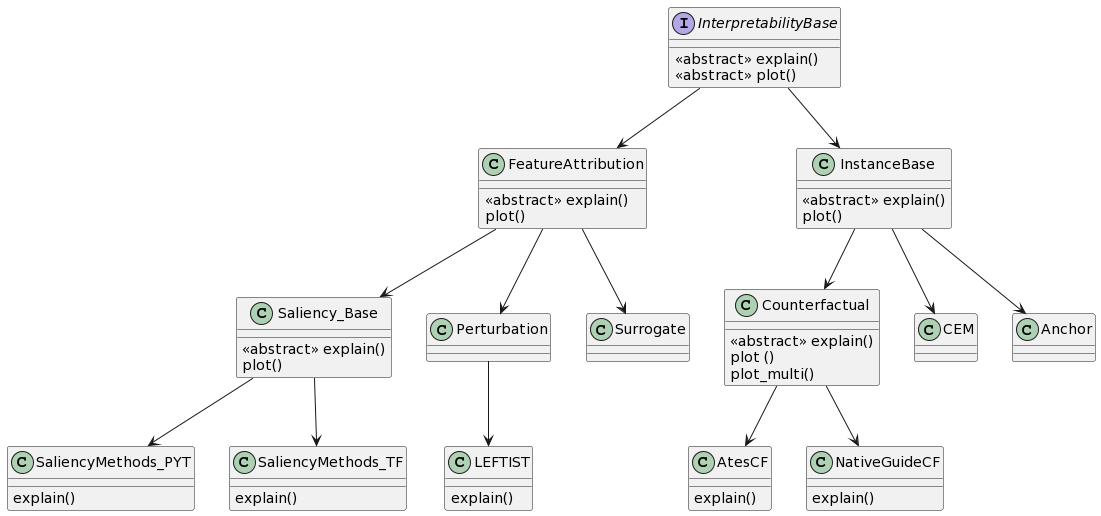
The PlantUML diagram docs/img/Architecture_grob.png in fzi-forschungszentrum-informatik/TSInterpret, before a commit. The source it was exported from:
```plantuml
@startuml
interface InterpretabilityBase {
    <<abstract>> explain()
    <<abstract>> plot()
}
class FeatureAttribution {
<<abstract>> explain()
plot()
}
class Saliency_Base {
<<abstract>> explain()
plot()

}
class SaliencyMethods_PYT {
explain()


}
class SaliencyMethods_TF {
explain()

}
class Perturbation {

}
class Surrogate {

}
class LEFTIST{
explain()
}
class InstanceBase {
<<abstract>> explain()
plot()
}

class Counterfactual {
<<abstract>> explain()
plot ()
plot_multi()
}
class AtesCF{
explain()
}

class NativeGuideCF{
explain()
}

class CEM {

}
class Anchor {
}

InterpretabilityBase --> FeatureAttribution
InterpretabilityBase --> InstanceBase
FeatureAttribution --> Saliency_Base
Saliency_Base --> SaliencyMethods_PYT
Saliency_Base --> SaliencyMethods_TF
FeatureAttribution --> Perturbation
FeatureAttribution --> Surrogate
InstanceBase --> Counterfactual
InstanceBase -->  CEM
InstanceBase --> Anchor
Perturbation --> LEFTIST
Counterfactual --> AtesCF
Counterfactual --> NativeGuideCF
@enduml
```
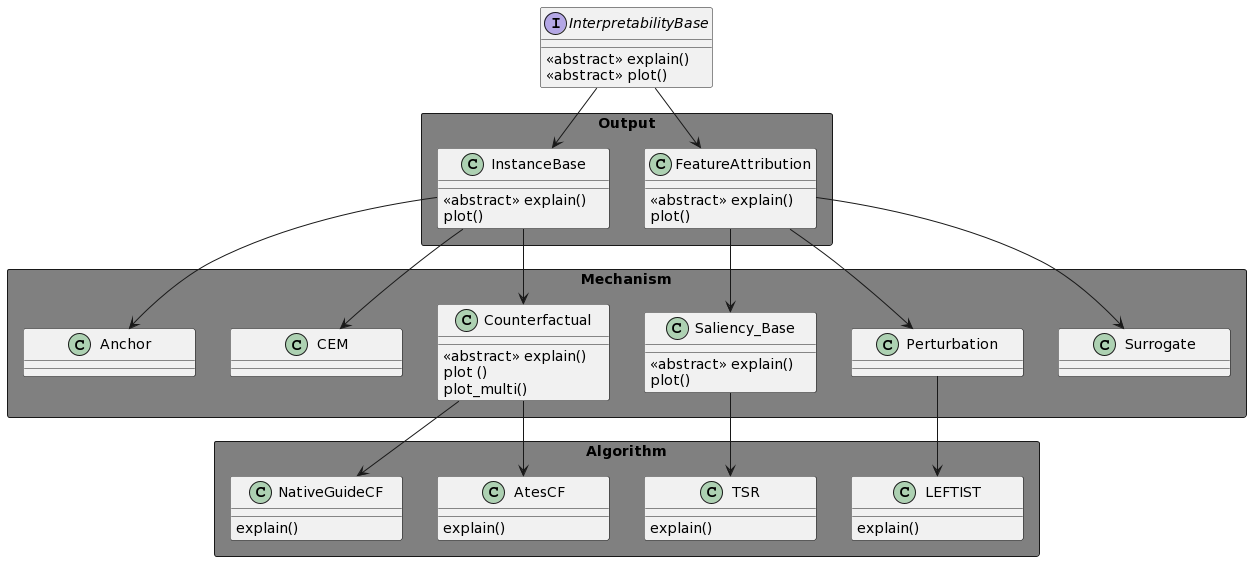
The same file after the commit.

Diff of the diagram source:
```diff
@@ -1,70 +1,90 @@
 @startuml
+skinparam pageMargin 10
+skinparam pageExternalColor gray
+skinparam pageBorderColor black
+skinparam SameClassWidth true
+skinparam SamePackageWidth true
+skinparam package {
+    backgroundColor Gray
+}
+
 interface InterpretabilityBase {
     <<abstract>> explain()
     <<abstract>> plot()
 }
-class FeatureAttribution {
+
+class Output.FeatureAttribution {
 <<abstract>> explain()
 plot()
 }
-class Saliency_Base {
+class Output.InstanceBase {
+<<abstract>> explain()
+plot()
+}
+class Mechanism.Saliency_Base {
 <<abstract>> explain()
 plot()
 
 }
-class SaliencyMethods_PYT {
+
+class Mechanism.Perturbation {
+
+}
+class Mechanism.Surrogate {
+
+}
+class Algorithm.LEFTIST{
 explain()
+}
+class Algorithm.TSR{
+explain()
+}
 
 
-}
-class SaliencyMethods_TF {
-explain()
 
-}
-class Perturbation {
-
-}
-class Surrogate {
-
-}
-class LEFTIST{
-explain()
-}
-class InstanceBase {
-<<abstract>> explain()
-plot()
-}
-
-class Counterfactual {
+class Mechanism.Counterfactual {
 <<abstract>> explain()
 plot ()
 plot_multi()
 }
-class AtesCF{
+class Algorithm.AtesCF{
 explain()
 }
 
-class NativeGuideCF{
+class Algorithm.NativeGuideCF{
 explain()
 }
 
-class CEM {
+class Mechanism.CEM {
 
 }
-class Anchor {
+class Mechanism.Anchor {
 }
 
-InterpretabilityBase --> FeatureAttribution
-InterpretabilityBase --> InstanceBase
-FeatureAttribution --> Saliency_Base
-Saliency_Base --> SaliencyMethods_PYT
-Saliency_Base --> SaliencyMethods_TF
-FeatureAttribution --> Perturbation
-FeatureAttribution --> Surrogate
-InstanceBase --> Counterfactual
-InstanceBase -->  CEM
-InstanceBase --> Anchor
-Perturbation --> LEFTIST
-Counterfactual --> AtesCF
-Counterfactual --> NativeGuideCF
+
+
+package Output <<Rectangle>>  {
+.InterpretabilityBase --> InstanceBase
+.InterpretabilityBase --> FeatureAttribution
+}
+package Mechanism <<Rectangle>> {
+Output.InstanceBase --> Mechanism.Counterfactual
+Mechanism.Anchor -[hidden] Mechanism.CEM
+Mechanism.CEM -[hidden] Mechanism.Counterfactual
+Output.FeatureAttribution --> Mechanism.Surrogate
+Output.FeatureAttribution --> Mechanism.Saliency_Base
+Output.FeatureAttribution --> Mechanism.Perturbation
+Mechanism.Saliency_Base -[hidden] Mechanism.Perturbation
+Mechanism.Perturbation -[hidden] Mechanism.Surrogate
+Output.InstanceBase -->  Mechanism.CEM
+Output.InstanceBase --> Mechanism.Anchor
+
+}
+package Algorithm <<Rectangle>>  {
+Mechanism.Counterfactual --> Algorithm.AtesCF
+Mechanism.Counterfactual --> Algorithm.NativeGuideCF
+Mechanism.Saliency_Base --> Algorithm.TSR
+Mechanism.Perturbation --> Algorithm.LEFTIST
+
+}
 @enduml
```
